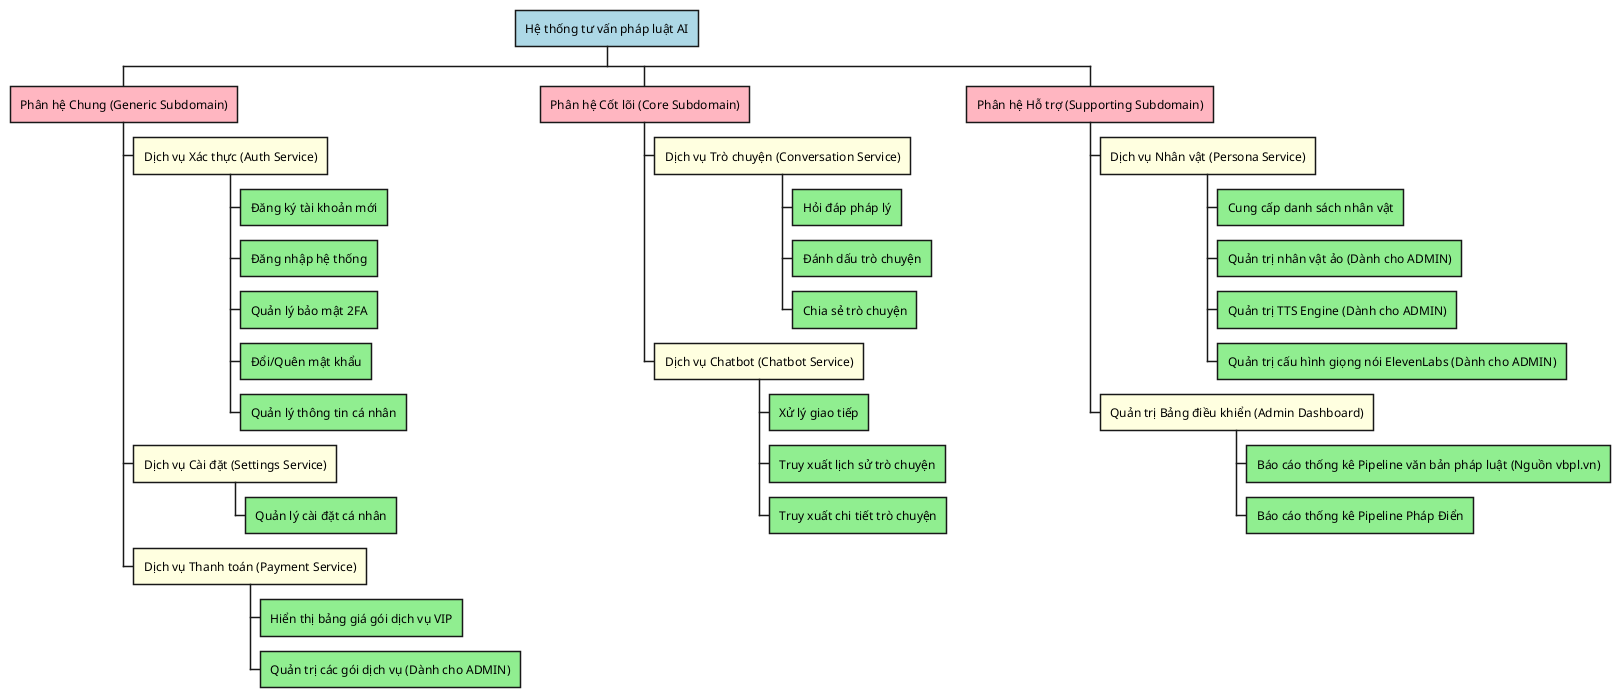
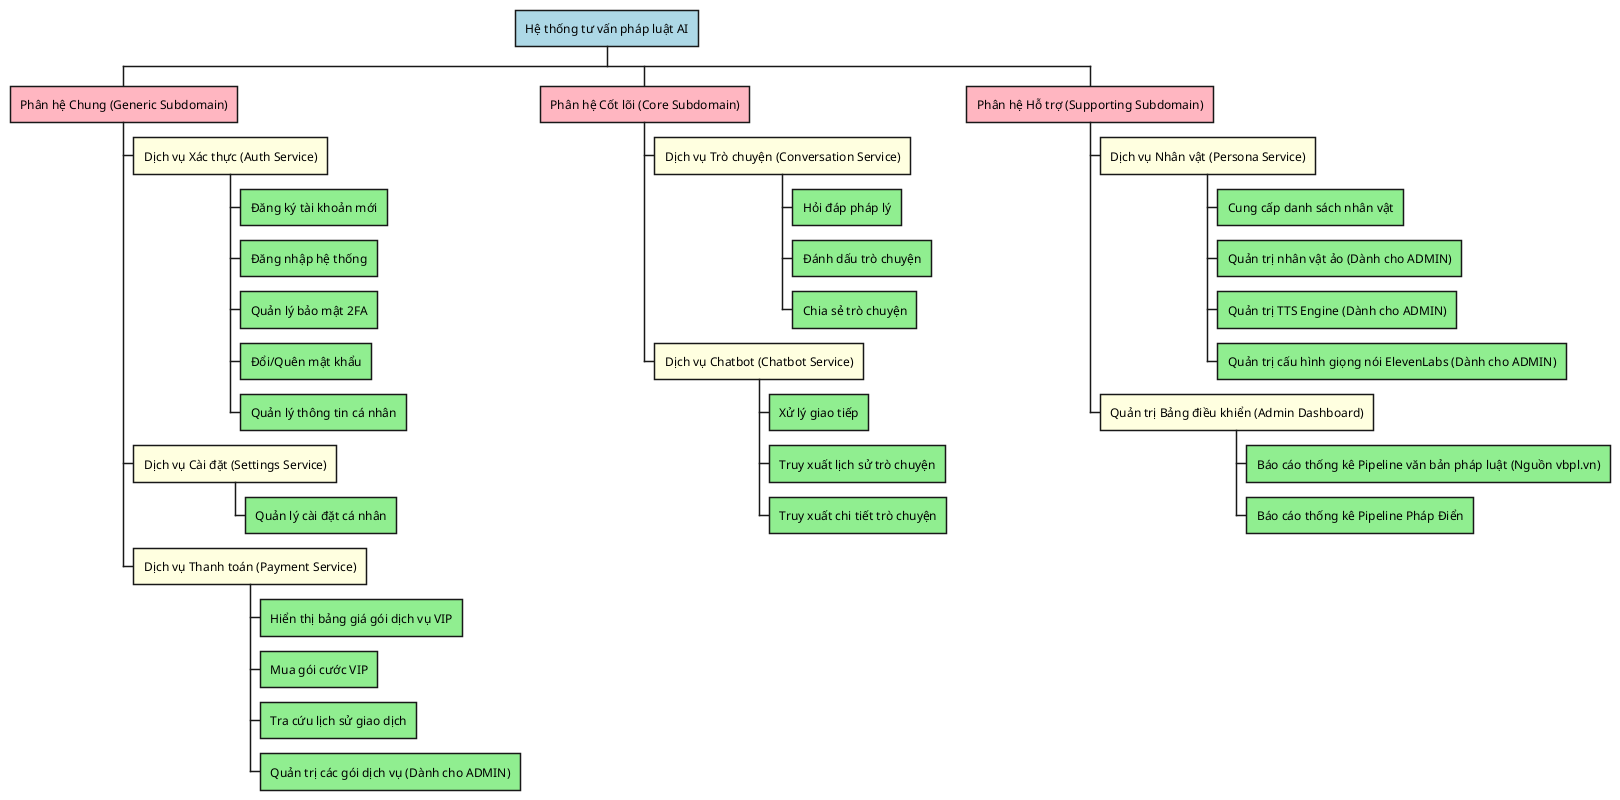
@startwbs
<style>
wbsDiagram {
  :depth(0) {
    BackgroundColor LightBlue
  }
  :depth(1) {
    BackgroundColor LightPink
  }
  :depth(2) {
    BackgroundColor LightYellow
  }
  :depth(3) {
    BackgroundColor LightGreen
  }
}
</style>

- 
- 
- 
- 
- 
* Hệ thống tư vấn pháp luật AI
- 
- 
- 

** Phân hệ Chung (Generic Subdomain)
*** Dịch vụ Xác thực (Auth Service)
**** Đăng ký tài khoản mới
**** Đăng nhập hệ thống
**** Quản lý bảo mật 2FA
**** Đổi/Quên mật khẩu
**** Quản lý thông tin cá nhân
*** Dịch vụ Cài đặt (Settings Service)
**** Quản lý cài đặt cá nhân
*** Dịch vụ Thanh toán (Payment Service)
**** Hiển thị bảng giá gói dịch vụ VIP
+ **** Mua gói cước VIP
+ **** Tra cứu lịch sử giao dịch
**** Quản trị các gói dịch vụ (Dành cho ADMIN)
- 
- 
- 

** Phân hệ Cốt lõi (Core Subdomain)
*** Dịch vụ Trò chuyện (Conversation Service)
**** Hỏi đáp pháp lý
**** Đánh dấu trò chuyện
**** Chia sẻ trò chuyện
*** Dịch vụ Chatbot (Chatbot Service)
**** Xử lý giao tiếp
**** Truy xuất lịch sử trò chuyện
**** Truy xuất chi tiết trò chuyện

** Phân hệ Hỗ trợ (Supporting Subdomain)
*** Dịch vụ Nhân vật (Persona Service)
**** Cung cấp danh sách nhân vật
**** Quản trị nhân vật ảo (Dành cho ADMIN)
**** Quản trị TTS Engine (Dành cho ADMIN)
**** Quản trị cấu hình giọng nói ElevenLabs (Dành cho ADMIN)
*** Quản trị Bảng điều khiển (Admin Dashboard)
**** Báo cáo thống kê Pipeline văn bản pháp luật (Nguồn vbpl.vn)
**** Báo cáo thống kê Pipeline Pháp Điển
- 
@endwbs
